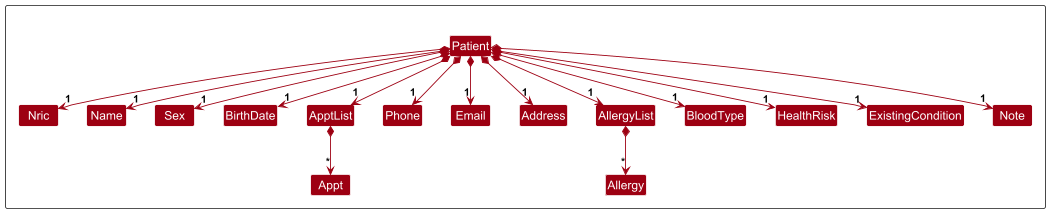
Above: docs/images/PatientClassDiagram.png in nus-cs2103-AY2425S1/tp (PlantUML), before the change. Its source is kept beside it as docs/diagrams/PatientClassDiagram.puml.
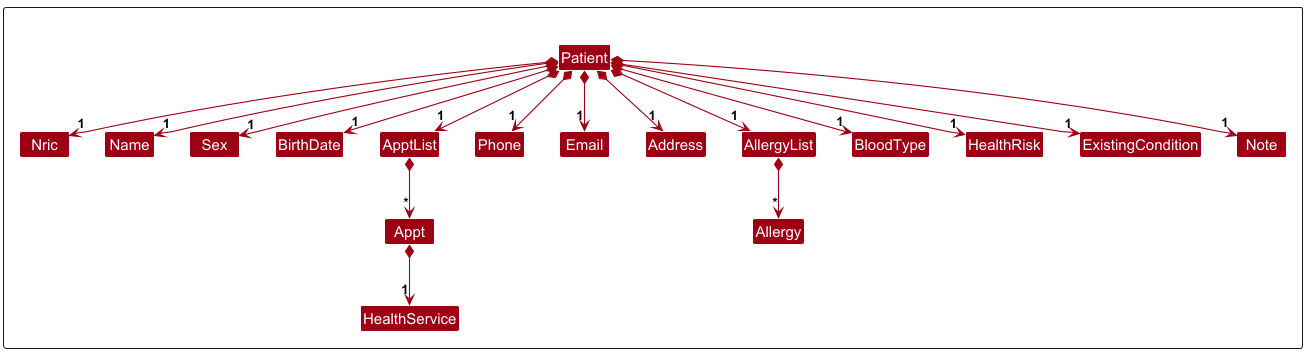
Later version of the same file.

Commit message:
Update patient class diagram

Change to the diagram source:
```diff
@@ -21,6 +21,7 @@
 Class ExistingCondition
 Class Note
 Class Appt
+Class HealthService
 
 Class I #FFFFFF
 }
@@ -41,5 +42,6 @@
 Patient *-down-> "1" ExistingCondition
 Patient *-down-> "1" Note
 ApptList *-down-> "*" Appt
+Appt *-down-> "1" HealthService
 AllergyList *-down-> "*" Allergy
 @enduml
```
